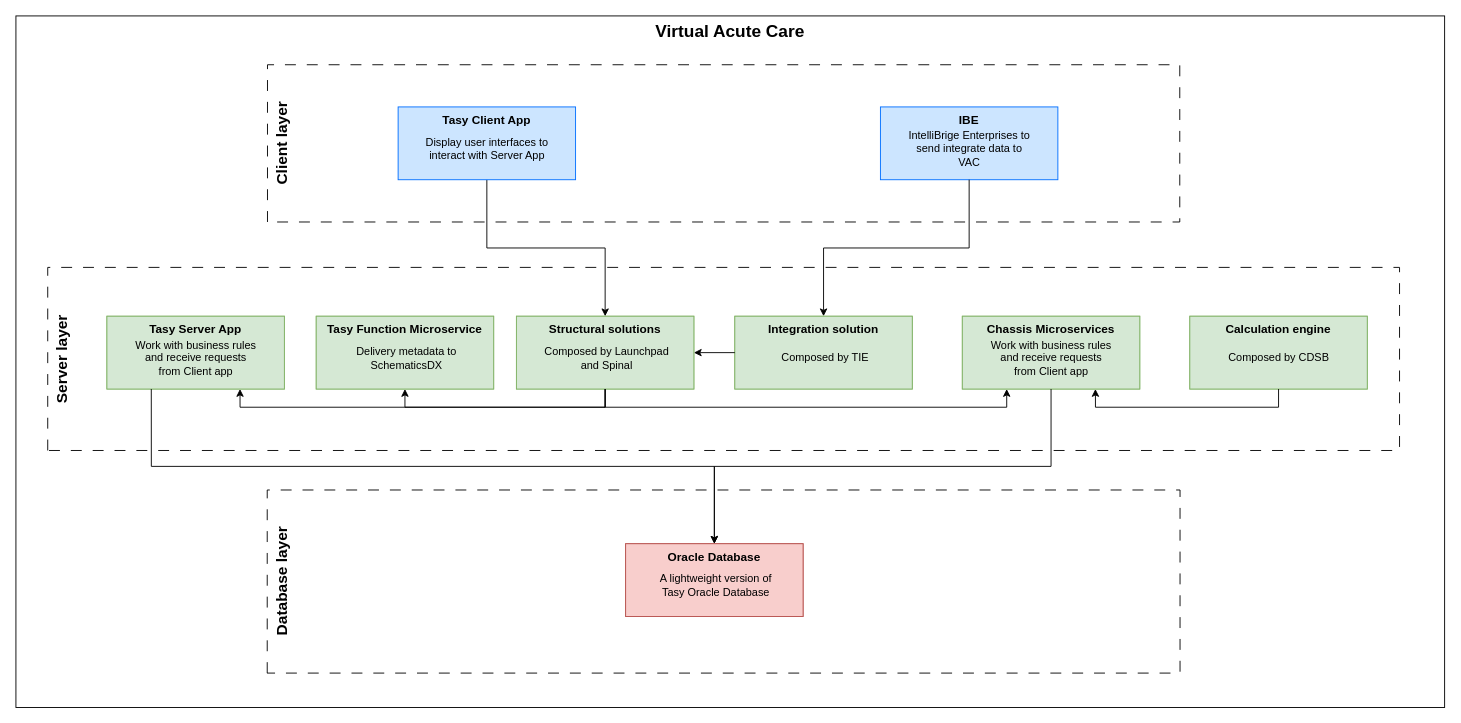
Earlier version of the draw.io diagram VAC NextGen - Architecture view.drawio (ez-philips/draw_io_diagrams). Source tidied: cells renumbered, new cells numbered last; positions are measured from the earlier drawing's top-left corner, leaving out a move shared by most shapes. Both pictures are drawn from the tidied source at 91%, with x=0, y=0 at pixel (15, -318).
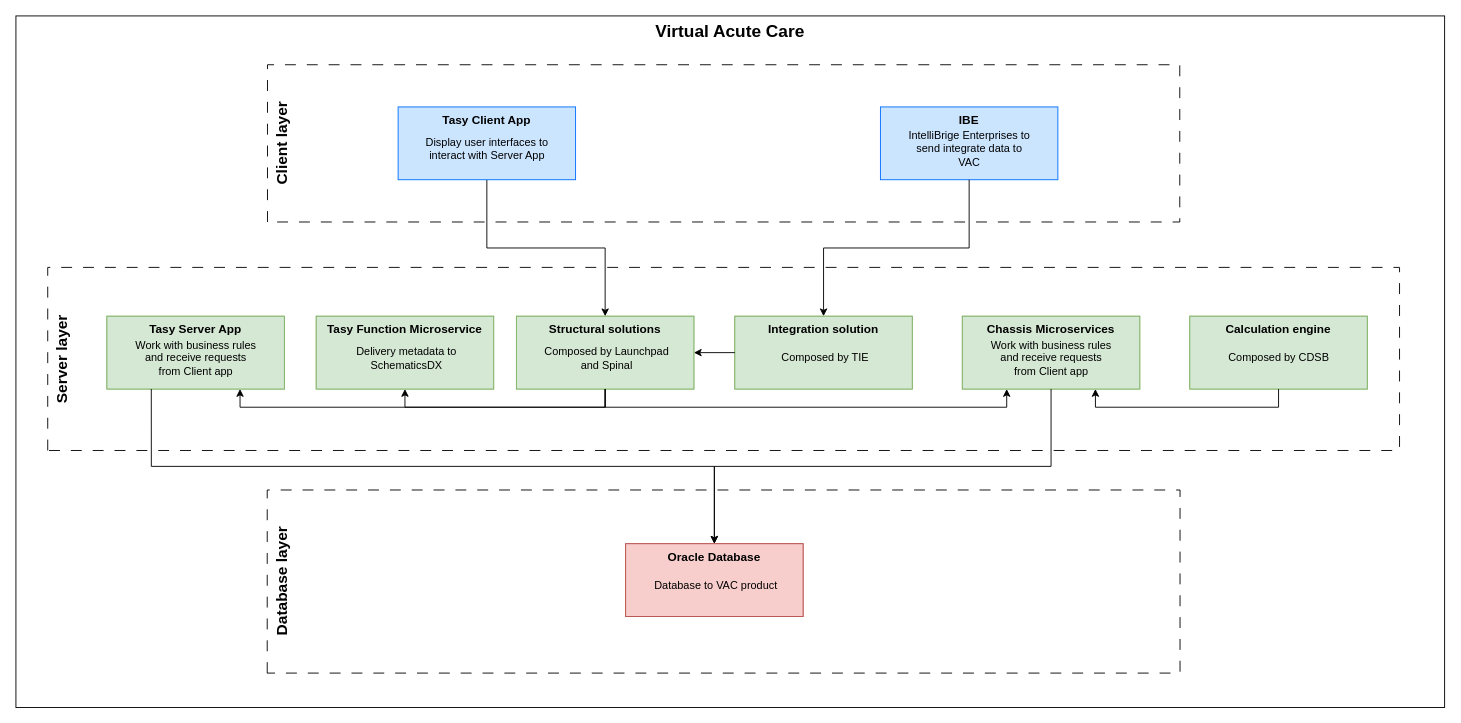
The same page after the edit.

The change refers to these unchanged cells:
```xml
<mxCell id="18" style="group;fillColor=#f8cecc;strokeColor=#b85450;" parent="1" vertex="1">
  <mxGeometry x="670" y="946" width="195" height="80" as="geometry" />
</mxCell>
```

The edit, as a diff of the source:
```diff
@@
-    <mxCell id="20" value="A lightweight version of Tasy Oracle Database" style="text;html=1;strokeColor=none;fillColor=none;align=center;verticalAlign=middle;whiteSpace=wrap;rounded=0;" parent="18" vertex="1">
+    <mxCell id="20" value="Database to VAC product" style="text;html=1;strokeColor=none;fillColor=none;align=center;verticalAlign=middle;whiteSpace=wrap;rounded=0;" parent="18" vertex="1">
       <mxGeometry x="27.5" y="30.6" width="142.5" height="30" as="geometry" />
     </mxCell>
```
